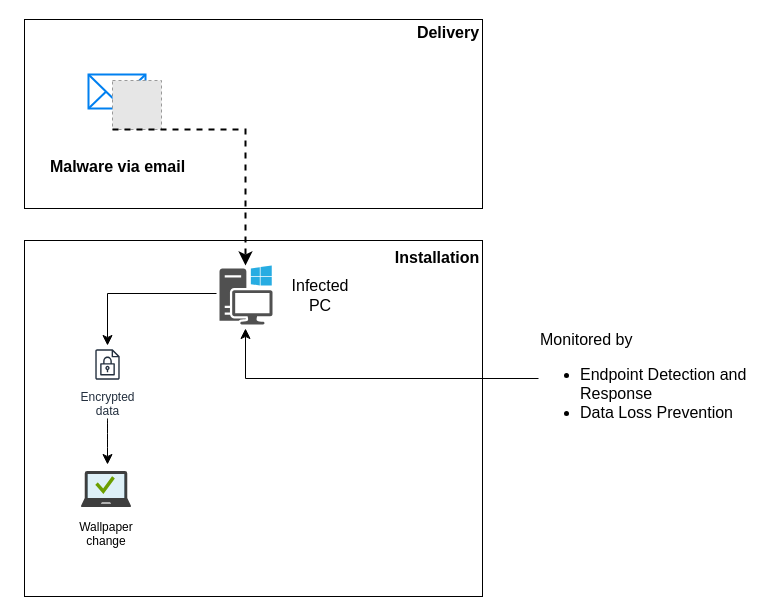
This is Malicious Code Drill Scenario v1.drawio from tompilooo/Scenario-Drill-Test, a draw.io file, before an edit. Source tidied: cells renumbered, new cells numbered last; positions are measured from the earlier drawing's top-left corner, leaving out a move shared by most shapes. Both pictures are drawn from the tidied source at 100%, with x=0, y=0 at pixel (24, 17). Pictures stored in the file or linked from it are replaced by grey dashed boxes.
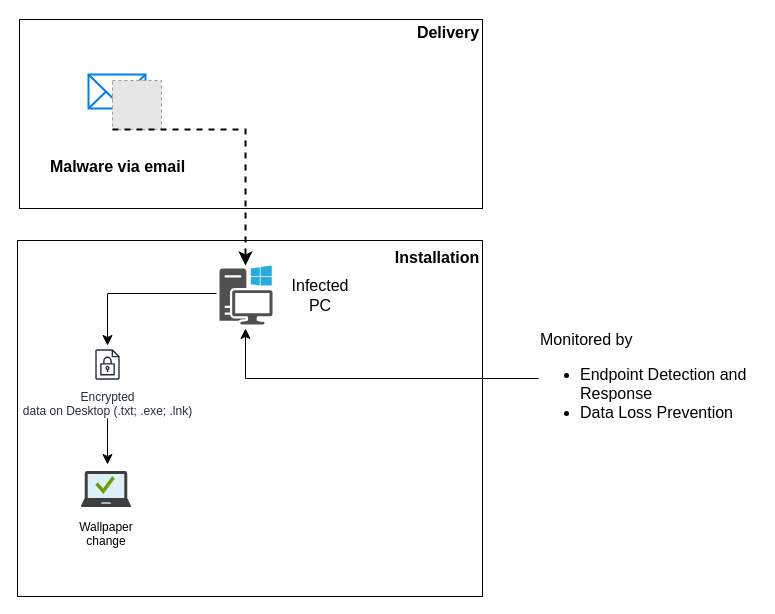
After the change.

Diff of the diagram source:
```diff
@@
     <mxCell id="2" style="rounded=0;whiteSpace=wrap;html=1;fontSize=16;" parent="1" vertex="1">
-      <mxGeometry y="223" width="458" height="356" as="geometry" />
+      <mxGeometry x="-7" y="223" width="465" height="356" as="geometry" />
     </mxCell>
     <mxCell id="3" style="rounded=0;whiteSpace=wrap;html=1;fontSize=16;" parent="1" vertex="1">
-      <mxGeometry y="2" width="458" height="189" as="geometry" />
+      <mxGeometry x="-5" y="2" width="463" height="189" as="geometry" />
     </mxCell>
@@
-    <mxCell id="15" value="Encrypted&#10;data" style="sketch=0;outlineConnect=0;fontColor=#232F3E;gradientColor=none;strokeColor=#232F3E;fillColor=#ffffff;dashed=0;verticalLabelPosition=bottom;verticalAlign=top;align=center;html=1;fontSize=12;fontStyle=0;shape=mxgraph.aws4.resourceIcon;resIcon=mxgraph.aws4.encrypted_data;" parent="1" vertex="1">
+    <mxCell id="15" value="Encrypted&lt;br&gt;data on Desktop (.txt; .exe; .lnk)" style="sketch=0;outlineConnect=0;fontColor=#232F3E;gradientColor=none;strokeColor=#232F3E;fillColor=#ffffff;dashed=0;verticalLabelPosition=bottom;verticalAlign=top;align=center;html=1;fontSize=12;fontStyle=0;shape=mxgraph.aws4.resourceIcon;resIcon=mxgraph.aws4.encrypted_data;" parent="1" vertex="1">
       <mxGeometry x="64" y="328" width="38" height="38" as="geometry" />
     </mxCell>
```
